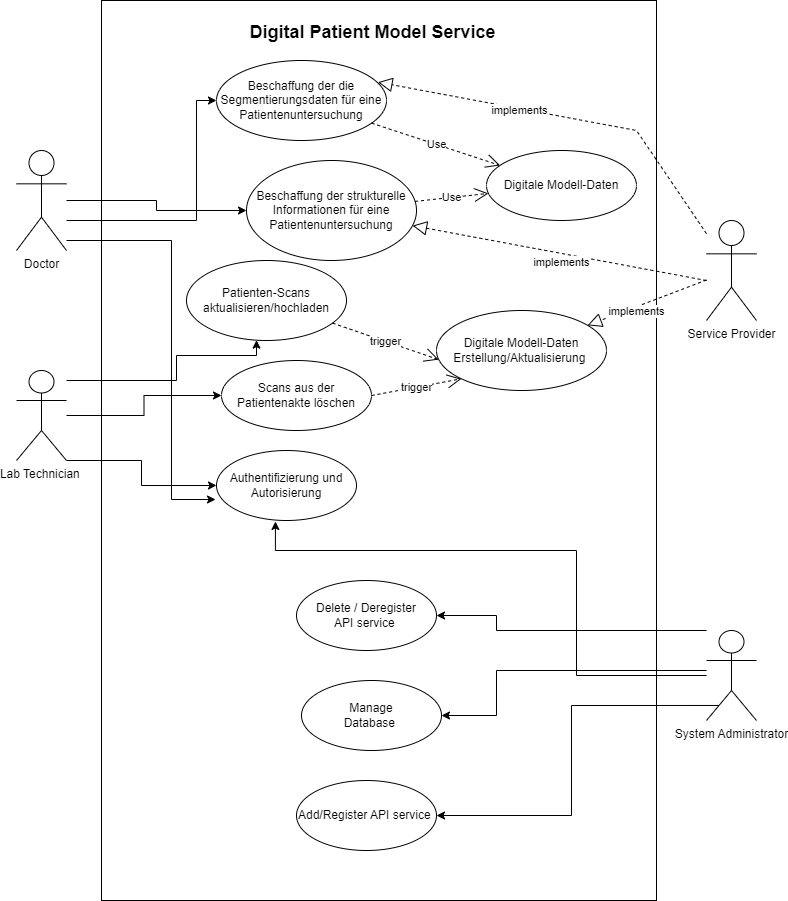
The draw.io diagram ArchitectureTaskDiagram/usecase-1.png in bsuman/jobrelatred, before a commit. Source tidied: cells renumbered, new cells last; positions are measured from the earlier drawing's top-left corner, leaving out a move shared by most shapes.
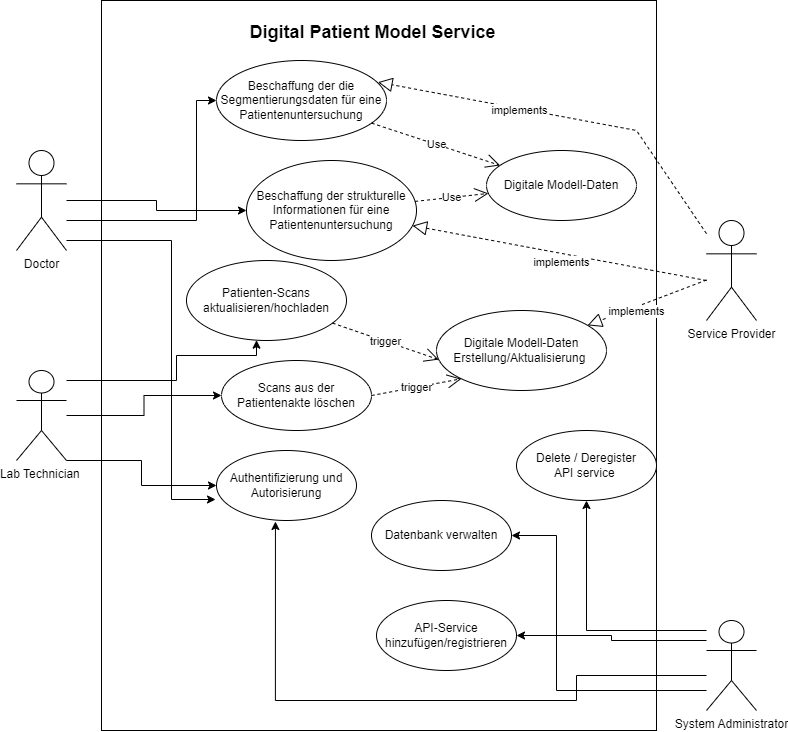
Later version of the same file.

Change to the diagram source:
```diff
@@ -3,7 +3,7 @@
     <mxCell id="0" />
     <mxCell id="1" parent="0" />
     <mxCell id="2" style="rounded=0;whiteSpace=wrap;html=1;" parent="1" vertex="1">
-      <mxGeometry x="85" width="555" height="900" as="geometry" />
+      <mxGeometry x="85" width="555" height="730" as="geometry" />
     </mxCell>
     <mxCell id="3" style="edgeStyle=orthogonalEdgeStyle;rounded=0;jettySize=auto;html=1;entryX=0;entryY=0.5;entryDx=0;entryDy=0;" parent="1" edge="1" source="6" target="19">
       <mxGeometry relative="1" as="geometry">
@@ -50,36 +50,40 @@
     <mxCell id="10" value="Lab Technician&amp;nbsp;" style="shape=umlActor;verticalLabelPosition=bottom;verticalAlign=top;html=1;" parent="1" vertex="1">
       <mxGeometry y="370" width="50" height="90" as="geometry" />
     </mxCell>
+    <mxCell id="12" style="edgeStyle=orthogonalEdgeStyle;rounded=0;jettySize=auto;html=1;" parent="1" edge="1" source="15" target="22">
+      <mxGeometry relative="1" as="geometry">
+        <Array as="points">
+          <mxPoint x="570" y="630" />
+        </Array>
+      </mxGeometry>
+    </mxCell>
+    <mxCell id="14" style="edgeStyle=orthogonalEdgeStyle;rounded=0;jettySize=auto;html=1;entryX=0.421;entryY=1.014;entryDx=0;entryDy=0;entryPerimeter=0;" parent="1" edge="1" source="15" target="23">
+      <mxGeometry relative="1" as="geometry">
+        <Array as="points">
+          <mxPoint x="560" y="675" />
+          <mxPoint x="560" y="700" />
+          <mxPoint x="259" y="700" />
+        </Array>
+      </mxGeometry>
+    </mxCell>
+    <mxCell id="13" style="edgeStyle=orthogonalEdgeStyle;rounded=0;jettySize=auto;html=1;entryX=1;entryY=0.5;entryDx=0;entryDy=0;" parent="1" edge="1" source="15" target="21">
+      <mxGeometry relative="1" as="geometry">
+        <Array as="points">
+          <mxPoint x="540" y="690" />
+          <mxPoint x="540" y="535" />
+        </Array>
+      </mxGeometry>
+    </mxCell>
-    <mxCell id="11" style="edgeStyle=orthogonalEdgeStyle;rounded=0;jettySize=auto;html=1;entryX=1;entryY=0.5;entryDx=0;entryDy=0;exitX=0.25;exitY=0.833;exitDx=0;exitDy=0;exitPerimeter=0;" parent="1" edge="1" source="15" target="20">
-      <mxGeometry relative="1" as="geometry" />
+    <mxCell id="11" style="edgeStyle=orthogonalEdgeStyle;rounded=0;jettySize=auto;html=1;entryX=1;entryY=0.5;entryDx=0;entryDy=0;" parent="1" edge="1" source="15" target="20">
+      <mxGeometry relative="1" as="geometry">
+        <Array as="points">
+          <mxPoint x="595" y="640" />
+          <mxPoint x="595" y="635" />
+        </Array>
+      </mxGeometry>
     </mxCell>
-    <mxCell id="12" style="edgeStyle=orthogonalEdgeStyle;rounded=0;jettySize=auto;html=1;" parent="1" edge="1" source="15" target="22">
-      <mxGeometry relative="1" as="geometry">
-        <Array as="points">
-          <mxPoint x="480" y="630" />
-          <mxPoint x="480" y="615" />
-        </Array>
-      </mxGeometry>
-    </mxCell>
-    <mxCell id="13" style="edgeStyle=orthogonalEdgeStyle;rounded=0;jettySize=auto;html=1;entryX=1;entryY=0.5;entryDx=0;entryDy=0;" parent="1" edge="1" source="15" target="21">
-      <mxGeometry relative="1" as="geometry">
-        <Array as="points">
-          <mxPoint x="480" y="670" />
-          <mxPoint x="480" y="715" />
-        </Array>
-      </mxGeometry>
-    </mxCell>
-    <mxCell id="14" style="edgeStyle=orthogonalEdgeStyle;rounded=0;jettySize=auto;html=1;entryX=0.421;entryY=1.014;entryDx=0;entryDy=0;entryPerimeter=0;" parent="1" edge="1" source="15" target="23">
-      <mxGeometry relative="1" as="geometry">
-        <Array as="points">
-          <mxPoint x="560" y="675" />
-          <mxPoint x="560" y="550" />
-          <mxPoint x="259" y="550" />
-        </Array>
-      </mxGeometry>
-    </mxCell>
     <mxCell id="15" value="System Administrator" style="shape=umlActor;verticalLabelPosition=bottom;verticalAlign=top;html=1;" parent="1" vertex="1">
-      <mxGeometry x="690" y="630" width="50" height="90" as="geometry" />
+      <mxGeometry x="690" y="620" width="50" height="90" as="geometry" />
     </mxCell>
     <mxCell id="16" value="Patienten-Scans aktualisieren/hochladen" style="ellipse;whiteSpace=wrap;html=1;" parent="1" vertex="1">
       <mxGeometry x="170" y="260" width="160" height="80" as="geometry" />
@@ -93,14 +97,14 @@
     <mxCell id="19" value="Beschaffung der&amp;nbsp;die Segmentierungsdaten für eine Patientenuntersuchung " style="ellipse;whiteSpace=wrap;html=1;" parent="1" vertex="1">
       <mxGeometry x="200" y="60" width="170" height="80" as="geometry" />
     </mxCell>
-    <mxCell id="20" value="Add/Register API service&amp;nbsp;" style="ellipse;whiteSpace=wrap;html=1;" parent="1" vertex="1">
-      <mxGeometry x="280" y="780" width="140" height="70" as="geometry" />
+    <mxCell id="20" value="API-Service hinzufügen/registrieren" style="ellipse;whiteSpace=wrap;html=1;" parent="1" vertex="1">
+      <mxGeometry x="360" y="600" width="140" height="70" as="geometry" />
     </mxCell>
-    <mxCell id="21" value="Manage &lt;br&gt;Database&amp;nbsp;" style="ellipse;whiteSpace=wrap;html=1;" parent="1" vertex="1">
-      <mxGeometry x="285" y="680" width="140" height="70" as="geometry" />
+    <mxCell id="21" value="Datenbank verwalten" style="ellipse;whiteSpace=wrap;html=1;" parent="1" vertex="1">
+      <mxGeometry x="355" y="500" width="140" height="70" as="geometry" />
     </mxCell>
     <mxCell id="22" value="Delete / Deregister &lt;br&gt;API service&amp;nbsp;" style="ellipse;whiteSpace=wrap;html=1;" parent="1" vertex="1">
-      <mxGeometry x="280" y="580" width="140" height="70" as="geometry" />
+      <mxGeometry x="500" y="430" width="140" height="70" as="geometry" />
     </mxCell>
     <mxCell id="23" value="Authentifizierung und Autorisierung" style="ellipse;whiteSpace=wrap;html=1;" parent="1" vertex="1">
       <mxGeometry x="200" y="450" width="140" height="70" as="geometry" />
```
